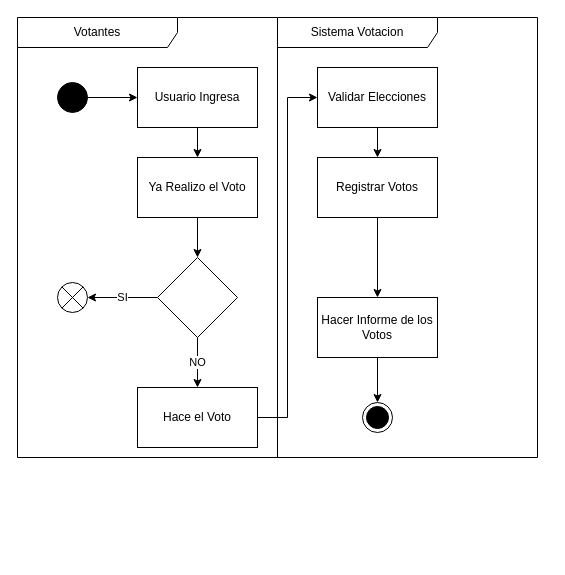
Before: page "Prueba 1" (1 of 2) of DiagramaDeActividad RDS.drawio in bravemilio15/DiagramasTercerCiclo, a draw.io diagram. Source tidied: cells renumbered, new cells numbered last; positions are measured from the earlier drawing's top-left corner, leaving out a move shared by most shapes. Both pictures are drawn from the tidied source at 100%, with x=0, y=0 at pixel (17, 17).
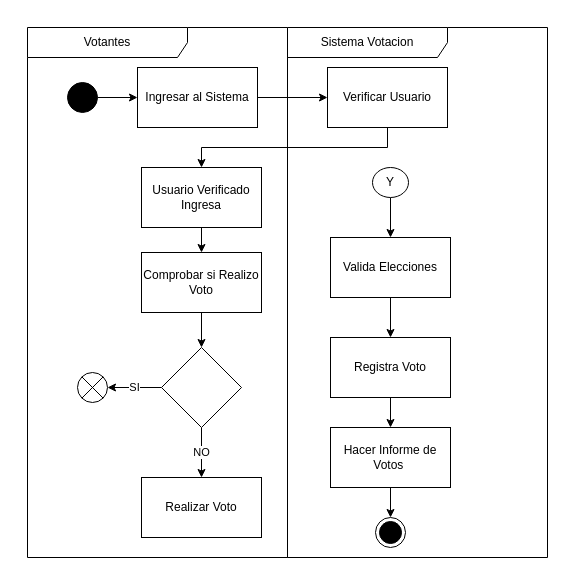
The same diagram, later.

Diff of the diagram source:
```diff
@@
-    <mxCell id="2" style="edgeStyle=orthogonalEdgeStyle;rounded=0;jettySize=auto;html=1;" parent="1" edge="1" source="3" target="5">
-      <mxGeometry relative="1" as="geometry" />
-    </mxCell>
+    <mxCell id="23" style="edgeStyle=orthogonalEdgeStyle;rounded=0;jettySize=auto;html=1;" parent="1" edge="1" source="3" target="39">
+      <mxGeometry relative="1" as="geometry" />
+    </mxCell>
-    <mxCell id="3" value="Usuario Ingresa" style="rounded=0;whiteSpace=wrap;html=1;" parent="1" vertex="1">
+    <mxCell id="3" value="Ingresar al Sistema" style="rounded=0;whiteSpace=wrap;html=1;" parent="1" vertex="1">
       <mxGeometry x="120" y="50" width="120" height="60" as="geometry" />
     </mxCell>
-    <mxCell id="4" style="edgeStyle=orthogonalEdgeStyle;rounded=0;jettySize=auto;html=1;" parent="1" edge="1" source="5" target="8">
-      <mxGeometry relative="1" as="geometry" />
-    </mxCell>
+    <mxCell id="24" style="edgeStyle=orthogonalEdgeStyle;rounded=0;jettySize=auto;html=1;" parent="1" edge="1" source="5" target="26">
+      <mxGeometry relative="1" as="geometry" />
+    </mxCell>
-    <mxCell id="5" value="Ya Realizo el Voto" style="whiteSpace=wrap;html=1;rounded=0;" parent="1" vertex="1">
-      <mxGeometry x="120" y="140" width="120" height="60" as="geometry" />
+    <mxCell id="5" value="Usuario Verificado Ingresa" style="whiteSpace=wrap;html=1;rounded=0;" parent="1" vertex="1">
+      <mxGeometry x="124" y="150" width="120" height="60" as="geometry" />
     </mxCell>
+    <mxCell id="9" style="shape=sumEllipse;perimeter=ellipsePerimeter;html=1;backgroundOutline=1;" parent="1" vertex="1">
+      <mxGeometry x="60" y="355" width="30" height="30" as="geometry" />
+    </mxCell>
+    <mxCell id="25" style="edgeStyle=orthogonalEdgeStyle;rounded=0;jettySize=auto;html=1;" parent="1" edge="1" source="26" target="27">
+      <mxGeometry relative="1" as="geometry" />
+    </mxCell>
+    <mxCell id="26" value="Comprobar si Realizo Voto" style="whiteSpace=wrap;html=1;rounded=0;" parent="1" vertex="1">
+      <mxGeometry x="124" y="235" width="120" height="60" as="geometry" />
+    </mxCell>
-    <mxCell id="6" value="SI" style="edgeStyle=orthogonalEdgeStyle;rounded=0;jettySize=auto;html=1;" parent="1" edge="1" source="8" target="9">
+    <mxCell id="6" value="SI" style="edgeStyle=orthogonalEdgeStyle;rounded=0;jettySize=auto;html=1;" parent="1" edge="1" source="27" target="9">
       <mxGeometry relative="1" as="geometry" />
     </mxCell>
-    <mxCell id="7" value="NO" style="edgeStyle=orthogonalEdgeStyle;rounded=0;jettySize=auto;html=1;" parent="1" edge="1" source="8" target="11">
+    <mxCell id="7" value="NO" style="edgeStyle=orthogonalEdgeStyle;rounded=0;jettySize=auto;html=1;" parent="1" edge="1" source="27" target="40">
       <mxGeometry relative="1" as="geometry" />
     </mxCell>
-    <mxCell id="8" style="rhombus;whiteSpace=wrap;html=1;" parent="1" vertex="1">
-      <mxGeometry x="140" y="240" width="80" height="80" as="geometry" />
-    </mxCell>
-    <mxCell id="9" style="shape=sumEllipse;perimeter=ellipsePerimeter;html=1;backgroundOutline=1;" parent="1" vertex="1">
-      <mxGeometry x="40" y="265" width="30" height="30" as="geometry" />
-    </mxCell>
-    <mxCell id="10" style="edgeStyle=orthogonalEdgeStyle;rounded=0;jettySize=auto;html=1;entryX=0;entryY=0.5;entryDx=0;entryDy=0;" parent="1" edge="1" source="11" target="13">
-      <mxGeometry relative="1" as="geometry" />
-    </mxCell>
-    <mxCell id="11" value="Hace el Voto" style="whiteSpace=wrap;html=1;" parent="1" vertex="1">
-      <mxGeometry x="120" y="370" width="120" height="60" as="geometry" />
-    </mxCell>
-    <mxCell id="12" style="edgeStyle=orthogonalEdgeStyle;rounded=0;jettySize=auto;html=1;" parent="1" edge="1" source="13" target="15">
-      <mxGeometry relative="1" as="geometry" />
-    </mxCell>
-    <mxCell id="13" value="Validar Elecciones" style="rounded=0;whiteSpace=wrap;html=1;" parent="1" vertex="1">
-      <mxGeometry x="300" y="50" width="120" height="60" as="geometry" />
-    </mxCell>
-    <mxCell id="14" style="edgeStyle=orthogonalEdgeStyle;rounded=0;jettySize=auto;html=1;" parent="1" edge="1" source="15" target="17">
-      <mxGeometry relative="1" as="geometry" />
-    </mxCell>
-    <mxCell id="15" value="Registrar Votos" style="whiteSpace=wrap;html=1;rounded=0;" parent="1" vertex="1">
-      <mxGeometry x="300" y="140" width="120" height="60" as="geometry" />
-    </mxCell>
-    <mxCell id="16" style="edgeStyle=orthogonalEdgeStyle;rounded=0;jettySize=auto;html=1;" parent="1" edge="1" source="17" target="18">
-      <mxGeometry relative="1" as="geometry" />
-    </mxCell>
-    <mxCell id="17" value="Hacer Informe de los Votos" style="whiteSpace=wrap;html=1;rounded=0;" parent="1" vertex="1">
-      <mxGeometry x="300" y="280" width="120" height="60" as="geometry" />
-    </mxCell>
+    <mxCell id="27" style="rhombus;whiteSpace=wrap;html=1;rounded=0;" parent="1" vertex="1">
+      <mxGeometry x="144" y="330" width="80" height="80" as="geometry" />
+    </mxCell>
+    <mxCell id="28" style="edgeStyle=orthogonalEdgeStyle;rounded=0;jettySize=auto;html=1;" parent="1" edge="1" source="29" target="3">
+      <mxGeometry relative="1" as="geometry" />
+    </mxCell>
+    <mxCell id="29" style="ellipse;fillColor=strokeColor;html=1;" parent="1" vertex="1">
+      <mxGeometry x="50" y="65" width="30" height="30" as="geometry" />
+    </mxCell>
+    <mxCell id="30" style="edgeStyle=orthogonalEdgeStyle;rounded=0;jettySize=auto;html=1;" parent="1" edge="1" source="31" target="35">
+      <mxGeometry relative="1" as="geometry" />
+    </mxCell>
+    <mxCell id="31" value="Y" style="ellipse;whiteSpace=wrap;html=1;rounded=0;" parent="1" vertex="1">
+      <mxGeometry x="355" y="150" width="36" height="30" as="geometry" />
+    </mxCell>
     <mxCell id="18" style="ellipse;html=1;shape=endState;fillColor=strokeColor;" parent="1" vertex="1">
-      <mxGeometry x="345" y="385" width="30" height="30" as="geometry" />
+      <mxGeometry x="358" y="500" width="30" height="30" as="geometry" />
     </mxCell>
-    <mxCell id="19" style="edgeStyle=orthogonalEdgeStyle;rounded=0;jettySize=auto;html=1;" parent="1" edge="1" source="21" target="3">
-      <mxGeometry relative="1" as="geometry" />
-    </mxCell>
+    <mxCell id="32" value="Hacer Informe de Votos&amp;nbsp;" style="whiteSpace=wrap;html=1;rounded=0;" parent="1" vertex="1">
+      <mxGeometry x="313" y="410" width="120" height="60" as="geometry" />
+    </mxCell>
+    <mxCell id="33" style="edgeStyle=orthogonalEdgeStyle;rounded=0;jettySize=auto;html=1;" parent="1" edge="1" source="34" target="32">
+      <mxGeometry relative="1" as="geometry" />
+    </mxCell>
+    <mxCell id="34" value="Registra Voto" style="whiteSpace=wrap;html=1;rounded=0;" parent="1" vertex="1">
+      <mxGeometry x="313" y="320" width="120" height="60" as="geometry" />
+    </mxCell>
+    <mxCell id="35" value="Valida Elecciones" style="whiteSpace=wrap;html=1;rounded=0;" parent="1" vertex="1">
+      <mxGeometry x="313" y="220" width="120" height="60" as="geometry" />
+    </mxCell>
+    <mxCell id="36" style="edgeStyle=orthogonalEdgeStyle;rounded=0;jettySize=auto;html=1;" parent="1" edge="1" source="32" target="18">
+      <mxGeometry relative="1" as="geometry" />
+    </mxCell>
+    <mxCell id="37" style="edgeStyle=orthogonalEdgeStyle;rounded=0;jettySize=auto;html=1;" parent="1" edge="1" source="35" target="34">
+      <mxGeometry relative="1" as="geometry" />
+    </mxCell>
+    <mxCell id="38" style="edgeStyle=orthogonalEdgeStyle;rounded=0;jettySize=auto;html=1;entryX=0.5;entryY=0;entryDx=0;entryDy=0;" parent="1" edge="1" source="39" target="5">
+      <mxGeometry relative="1" as="geometry">
+        <Array as="points">
+          <mxPoint x="370" y="130" />
+          <mxPoint x="184" y="130" />
+        </Array>
+      </mxGeometry>
+    </mxCell>
+    <mxCell id="39" value="Verificar Usuario" style="rounded=0;whiteSpace=wrap;html=1;" parent="1" vertex="1">
+      <mxGeometry x="310" y="50" width="120" height="60" as="geometry" />
+    </mxCell>
+    <mxCell id="40" value="Realizar Voto" style="whiteSpace=wrap;html=1;rounded=0;" parent="1" vertex="1">
+      <mxGeometry x="124" y="460" width="120" height="60" as="geometry" />
+    </mxCell>
     <mxCell id="20" value="Votantes" style="shape=umlFrame;whiteSpace=wrap;html=1;width=160;" parent="1" vertex="1">
-      <mxGeometry width="260" height="440" as="geometry" />
+      <mxGeometry x="10" y="10" width="260" height="530" as="geometry" />
     </mxCell>
-    <mxCell id="21" style="ellipse;fillColor=strokeColor;html=1;" parent="20" vertex="1">
-      <mxGeometry x="40" y="65" width="30" height="30" as="geometry" />
-    </mxCell>
     <mxCell id="22" value="Sistema Votacion" style="shape=umlFrame;whiteSpace=wrap;html=1;width=160;" parent="1" vertex="1">
-      <mxGeometry x="260" width="260" height="440" as="geometry" />
+      <mxGeometry x="270" y="10" width="260" height="530" as="geometry" />
     </mxCell>
```
